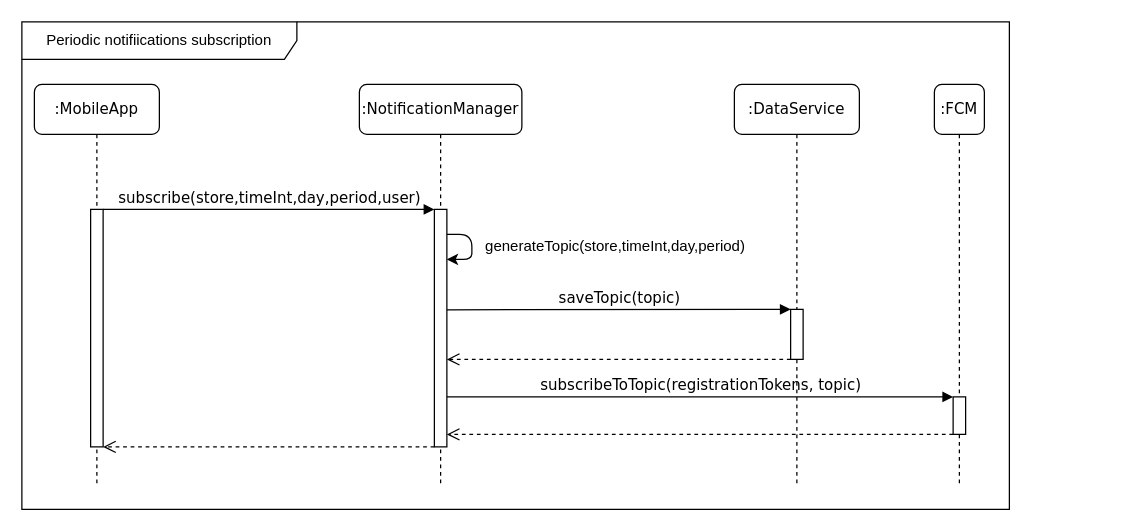
EtionPinari/PinariRomeoSbrolli keeps this draw.io diagram as Relevant DD information/Sequence Diagrams/DrawIO/subscribeSeq.drawio. Above is the earlier version. Source tidied: cells renumbered, new cells numbered last; positions are measured from the earlier drawing's top-left corner, leaving out a move shared by most shapes. Both pictures are drawn from the tidied source at 125%, with x=0, y=0 at pixel (21, 21).
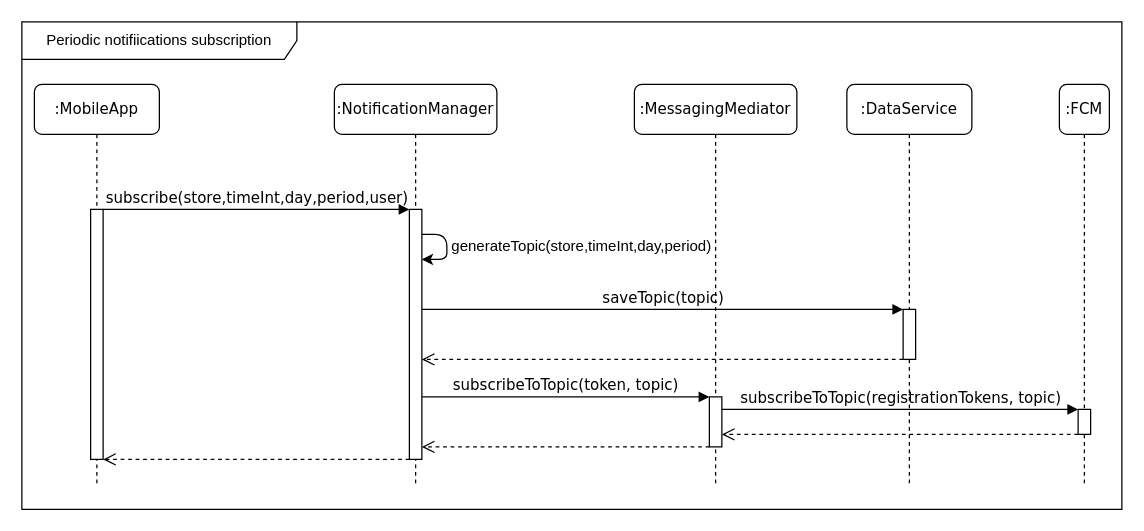
After the change.

Commit message (it also covers changes not shown here):
documented reminders for tickets, adjusted diagrams

The change refers to these unchanged cells:
```xml
<mxCell id="6" style="html=1;points=[];perimeter=orthogonalPerimeter;rounded=0;shadow=0;comic=0;labelBackgroundColor=none;strokeWidth=1;fontFamily=Verdana;fontSize=12;align=center;" parent="5" vertex="1">
  <mxGeometry x="45" y="180" width="10" height="40" as="geometry" />
</mxCell>
<mxCell id="7" value=":MobileApp" style="shape=umlLifeline;perimeter=lifelinePerimeter;whiteSpace=wrap;html=1;rounded=1;shadow=0;comic=0;labelBackgroundColor=none;strokeWidth=1;fontFamily=Verdana;fontSize=12;align=center;" parent="1" vertex="1">
  <mxGeometry x="10" y="50" width="100" height="320" as="geometry" />
</mxCell>
```

The edit, as a diff of the source:
```diff
@@
+    <mxCell id="18" value="Periodic notifiications subscription" style="shape=umlFrame;whiteSpace=wrap;html=1;fillColor=#FFFFFF;width=220;height=30;" parent="1" vertex="1">
+      <mxGeometry width="880" height="390" as="geometry" />
+    </mxCell>
     <mxCell id="2" value=":NotificationManager" style="shape=umlLifeline;perimeter=lifelinePerimeter;whiteSpace=wrap;html=1;rounded=1;shadow=0;comic=0;labelBackgroundColor=none;strokeWidth=1;fontFamily=Verdana;fontSize=12;align=center;" parent="1" vertex="1">
-      <mxGeometry x="270" y="50" width="130" height="320" as="geometry" />
+      <mxGeometry x="250" y="50" width="130" height="320" as="geometry" />
     </mxCell>
     <mxCell id="3" style="html=1;points=[];perimeter=orthogonalPerimeter;rounded=0;shadow=0;comic=0;labelBackgroundColor=none;strokeWidth=1;fontFamily=Verdana;fontSize=12;align=center;" parent="2" vertex="1">
-      <mxGeometry x="60" y="100" width="10" height="190" as="geometry" />
+      <mxGeometry x="60" y="100" width="10" height="200" as="geometry" />
     </mxCell>
@@
     <mxCell id="5" value=":DataService" style="shape=umlLifeline;perimeter=lifelinePerimeter;whiteSpace=wrap;html=1;rounded=1;shadow=0;comic=0;labelBackgroundColor=none;strokeWidth=1;fontFamily=Verdana;fontSize=12;align=center;" parent="1" vertex="1">
-      <mxGeometry x="570" y="50" width="100" height="320" as="geometry" />
+      <mxGeometry x="660" y="50" width="100" height="320" as="geometry" />
     </mxCell>
@@
     <mxCell id="8" style="html=1;points=[];perimeter=orthogonalPerimeter;rounded=0;shadow=0;comic=0;labelBackgroundColor=none;strokeWidth=1;fontFamily=Verdana;fontSize=12;align=center;" parent="7" vertex="1">
-      <mxGeometry x="45" y="100" width="10" height="190" as="geometry" />
+      <mxGeometry x="45" y="100" width="10" height="200" as="geometry" />
     </mxCell>
@@
     <mxCell id="10" style="html=1;verticalAlign=bottom;endArrow=open;dashed=1;endSize=8;" parent="1" edge="1" source="3" target="8">
       <mxGeometry relative="1" as="geometry">
         <Array as="points">
-          <mxPoint x="220" y="340" />
+          <mxPoint x="220" y="350" />
         </Array>
       </mxGeometry>
     </mxCell>
-    <mxCell id="11" value="saveTopic(topic)" style="html=1;verticalAlign=bottom;endArrow=block;entryX=0;entryY=0;labelBackgroundColor=none;fontFamily=Verdana;fontSize=12;edgeStyle=elbowEdgeStyle;elbow=vertical;" parent="1" edge="1" target="6">
+    <mxCell id="11" value="saveTopic(topic)" style="html=1;verticalAlign=bottom;endArrow=block;entryX=0;entryY=0;labelBackgroundColor=none;fontFamily=Verdana;fontSize=12;edgeStyle=elbowEdgeStyle;elbow=vertical;" parent="1" edge="1" source="3" target="6">
       <mxGeometry relative="1" as="geometry">
-        <mxPoint x="340" y="230.3" as="sourcePoint" />
+        <Array as="points">
+          <mxPoint x="520" y="230" />
+          <mxPoint x="410" y="210" />
+        </Array>
       </mxGeometry>
     </mxCell>
-    <mxCell id="12" style="html=1;verticalAlign=bottom;endArrow=open;dashed=1;endSize=8;" parent="1" edge="1" source="6">
+    <mxCell id="12" style="html=1;verticalAlign=bottom;endArrow=open;dashed=1;endSize=8;" parent="1" edge="1" source="6" target="3">
       <mxGeometry relative="1" as="geometry">
-        <mxPoint x="340" y="270" as="targetPoint" />
         <Array as="points">
           <mxPoint x="450" y="270" />
         </Array>
       </mxGeometry>
     </mxCell>
     <mxCell id="13" value="generateTopic(store,timeInt,day,period)" style="text;html=1;strokeColor=none;fillColor=none;align=center;verticalAlign=middle;whiteSpace=wrap;rounded=0;" parent="1" vertex="1">
-      <mxGeometry x="410" y="170" width="130" height="20" as="geometry" />
+      <mxGeometry x="383" y="170" width="130" height="20" as="geometry" />
     </mxCell>
     <mxCell id="14" value=":FCM" style="shape=umlLifeline;perimeter=lifelinePerimeter;whiteSpace=wrap;html=1;rounded=1;shadow=0;comic=0;labelBackgroundColor=none;strokeWidth=1;fontFamily=Verdana;fontSize=12;align=center;" parent="1" vertex="1">
-      <mxGeometry x="730" y="50" width="40" height="320" as="geometry" />
+      <mxGeometry x="830" y="50" width="40" height="320" as="geometry" />
     </mxCell>
     <mxCell id="15" style="html=1;points=[];perimeter=orthogonalPerimeter;rounded=0;shadow=0;comic=0;labelBackgroundColor=none;strokeWidth=1;fontFamily=Verdana;fontSize=12;align=center;" parent="14" vertex="1">
-      <mxGeometry x="15" y="250" width="10" height="30" as="geometry" />
+      <mxGeometry x="15" y="260" width="10" height="20" as="geometry" />
     </mxCell>
-    <mxCell id="16" value="subscribeToTopic(registrationTokens, topic)" style="html=1;verticalAlign=bottom;endArrow=block;labelBackgroundColor=none;fontFamily=Verdana;fontSize=12;edgeStyle=elbowEdgeStyle;elbow=vertical;" parent="1" edge="1" source="3" target="15">
+    <mxCell id="16" value="subscribeToTopic(token, topic)" style="html=1;verticalAlign=bottom;endArrow=block;labelBackgroundColor=none;fontFamily=Verdana;fontSize=12;edgeStyle=elbowEdgeStyle;elbow=vertical;" parent="1" edge="1" source="3" target="20">
       <mxGeometry relative="1" as="geometry">
         <Array as="points">
           <mxPoint x="360" y="300" />
           <mxPoint x="543" y="290" />
         </Array>
       </mxGeometry>
     </mxCell>
-    <mxCell id="17" style="html=1;verticalAlign=bottom;endArrow=open;dashed=1;endSize=8;" parent="1" edge="1" source="15" target="3">
+    <mxCell id="17" style="html=1;verticalAlign=bottom;endArrow=open;dashed=1;endSize=8;" parent="1" edge="1" source="15" target="20">
       <mxGeometry relative="1" as="geometry">
         <Array as="points">
-          <mxPoint x="450" y="330" />
+          <mxPoint x="660" y="330" />
         </Array>
       </mxGeometry>
     </mxCell>
-    <mxCell id="18" value="Periodic notifiications subscription" style="shape=umlFrame;whiteSpace=wrap;html=1;fillColor=#FFFFFF;width=220;height=30;" parent="1" vertex="1">
-      <mxGeometry width="790" height="390" as="geometry" />
-    </mxCell>
+    <mxCell id="19" value=":MessagingMediator" style="shape=umlLifeline;perimeter=lifelinePerimeter;whiteSpace=wrap;html=1;rounded=1;shadow=0;comic=0;labelBackgroundColor=none;strokeWidth=1;fontFamily=Verdana;fontSize=12;align=center;" parent="1" vertex="1">
+      <mxGeometry x="490" y="50" width="130" height="320" as="geometry" />
+    </mxCell>
+    <mxCell id="20" style="html=1;points=[];perimeter=orthogonalPerimeter;rounded=0;shadow=0;comic=0;labelBackgroundColor=none;strokeWidth=1;fontFamily=Verdana;fontSize=12;align=center;" parent="19" vertex="1">
+      <mxGeometry x="60" y="250" width="10" height="40" as="geometry" />
+    </mxCell>
+    <mxCell id="21" value="subscribeToTopic(registrationTokens, topic)" style="html=1;verticalAlign=bottom;endArrow=block;labelBackgroundColor=none;fontFamily=Verdana;fontSize=12;edgeStyle=elbowEdgeStyle;elbow=vertical;" parent="1" edge="1" source="20" target="15">
+      <mxGeometry relative="1" as="geometry">
+        <Array as="points">
+          <mxPoint x="690" y="310" />
+          <mxPoint x="670" y="300" />
+          <mxPoint x="553" y="300" />
+        </Array>
+      </mxGeometry>
+    </mxCell>
+    <mxCell id="22" style="html=1;verticalAlign=bottom;endArrow=open;dashed=1;endSize=8;" parent="1" edge="1" source="20" target="3">
+      <mxGeometry relative="1" as="geometry">
+        <Array as="points">
+          <mxPoint x="460" y="340" />
+        </Array>
+      </mxGeometry>
+    </mxCell>
```
